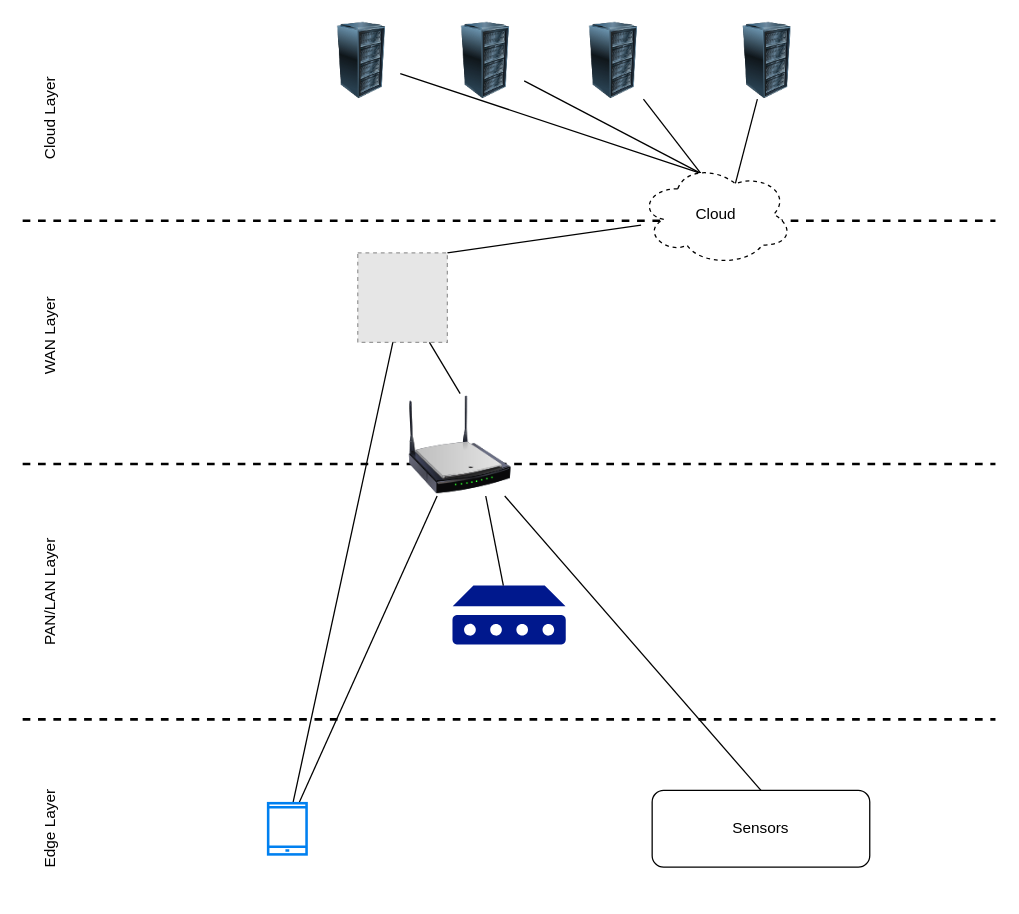
Before: page "LayersView" (2 of 2) of notes/ArchitecturalDiagrams.drawio in aniruddhand/ciot-capstone, a draw.io diagram. Source tidied: cells renumbered, new cells numbered last; positions are measured from the earlier drawing's top-left corner, leaving out a move shared by most shapes. Both pictures are drawn from the tidied source at 128%, with x=0, y=0 at pixel (-14, 22). Pictures stored in the file or linked from it are replaced by grey dashed boxes.
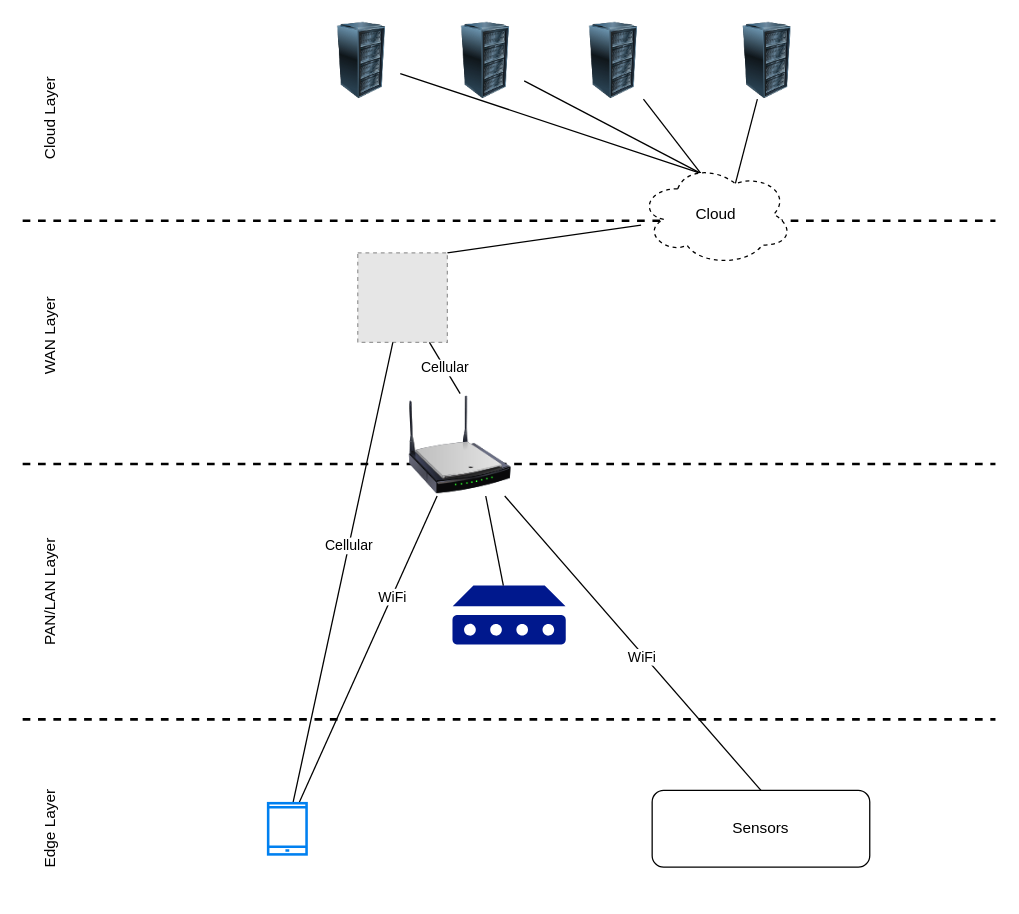
The same page after the edit.

Commit message:
Named the links

The change refers to these unchanged cells:
```xml
<mxCell id="2" style="edgeStyle=none;rounded=0;jettySize=auto;html=1;exitX=0.5;exitY=0;exitDx=0;exitDy=0;endArrow=none;endFill=0;" parent="1" edge="1" source="3" target="21">
  <mxGeometry relative="1" as="geometry" />
</mxCell>
<mxCell id="8" style="fillColor=#E6E6E6;strokeColor=#999999;dashed=1;html=1;verticalAlign=top;verticalLabelPosition=bottom;labelBackgroundColor=#ffffff;" parent="1" vertex="1">
  <mxGeometry x="290" y="180" width="70" height="70" as="geometry" />
</mxCell>
<mxCell id="21" style="image;html=1;image=img/lib/clip_art/networking/Wireless_Router_N_128x128.png;dashed=1;imageBackground=none;" parent="1" vertex="1">
  <mxGeometry x="330" y="290" width="80" height="80" as="geometry" />
</mxCell>
<mxCell id="26" style="edgeStyle=none;rounded=0;jettySize=auto;html=1;endArrow=none;endFill=0;" parent="1" edge="1" source="28" target="21">
  <mxGeometry relative="1" as="geometry" />
</mxCell>
<mxCell id="27" style="edgeStyle=none;rounded=0;jettySize=auto;html=1;endArrow=none;endFill=0;" parent="1" edge="1" source="28" target="8">
  <mxGeometry relative="1" as="geometry" />
</mxCell>
```

The edit, as a diff of the source:
```diff
@@
+    <mxCell id="29" value="WiFi" style="edgeLabel;html=1;align=center;verticalAlign=middle;" parent="2" vertex="1">
+      <mxGeometry x="-0.08" y="2" relative="1" as="geometry" />
+    </mxCell>
@@
-    <mxCell id="20" style="edgeStyle=none;rounded=0;jettySize=auto;html=1;exitX=0.5;exitY=0;exitDx=0;exitDy=0;endArrow=none;endFill=0;" parent="1" edge="1" source="21" target="8">
+    <mxCell id="20" value="Cellular" style="edgeStyle=none;rounded=0;jettySize=auto;html=1;exitX=0.5;exitY=0;exitDx=0;exitDy=0;endArrow=none;endFill=0;" parent="1" edge="1" source="21" target="8">
       <mxGeometry relative="1" as="geometry" />
     </mxCell>
@@
+    <mxCell id="30" value="WiFi" style="edgeLabel;html=1;align=center;verticalAlign=middle;" parent="26" vertex="1">
+      <mxGeometry x="0.34" relative="1" as="geometry">
+        <mxPoint y="-1" as="offset" />
+      </mxGeometry>
+    </mxCell>
@@
+    <mxCell id="31" value="Cellular" style="edgeLabel;html=1;align=center;verticalAlign=middle;" parent="27" vertex="1">
+      <mxGeometry x="0.12" relative="1" as="geometry" />
+    </mxCell>
```
